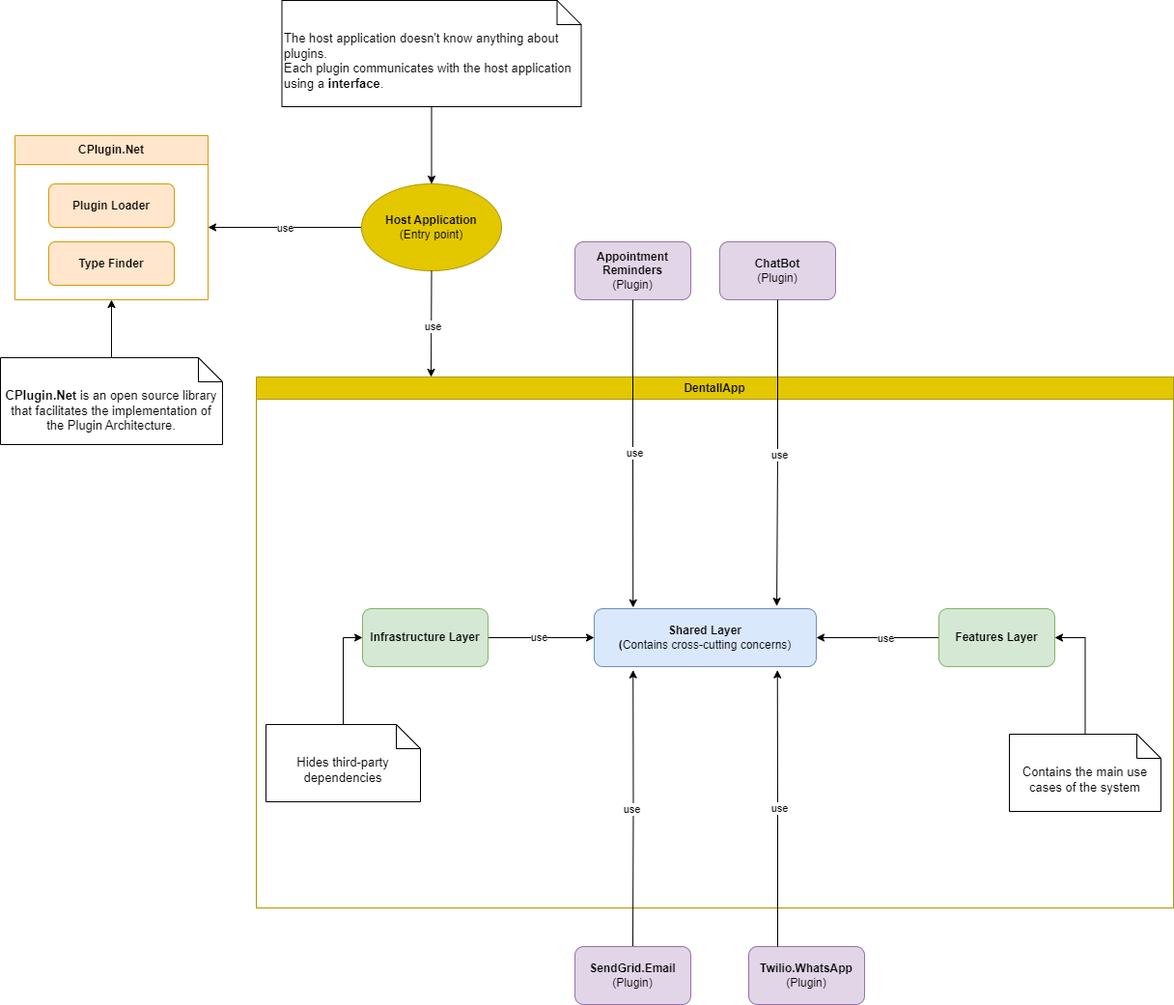
This is diagrams/general-architecture.png from DentallApp/back-end, a draw.io export, as it was before one commit. Source tidied: cells renumbered, new cells last; positions are measured from the earlier drawing's top-left corner, leaving out a move shared by most shapes.
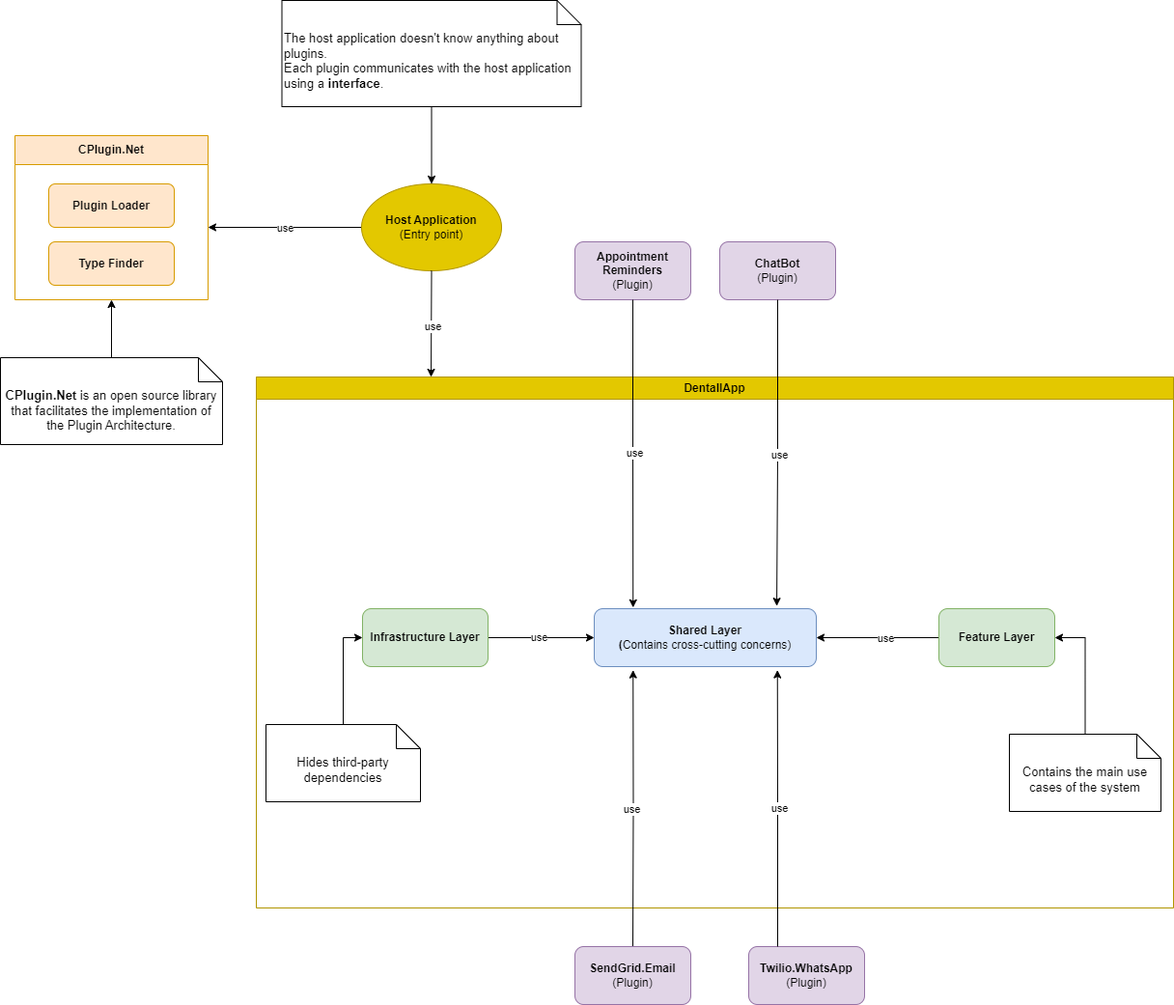
Above is the later version.

What changed in the source:
```diff
@@ -20,7 +20,7 @@
     <mxCell id="7" value="use" style="edgeLabel;html=1;align=center;verticalAlign=middle;" parent="6" vertex="1">
       <mxGeometry x="-0.11" relative="1" as="geometry" />
     </mxCell>
-    <mxCell id="8" value="&lt;b&gt;Features Layer&lt;/b&gt;" style="rounded=1;whiteSpace=wrap;html=1;fillColor=#d5e8d4;strokeColor=#82b366;" parent="2" vertex="1">
+    <mxCell id="8" value="&lt;b&gt;Feature Layer&lt;/b&gt;" style="rounded=1;whiteSpace=wrap;html=1;fillColor=#d5e8d4;strokeColor=#82b366;" parent="2" vertex="1">
       <mxGeometry x="707" y="240" width="120" height="60" as="geometry" />
     </mxCell>
     <mxCell id="9" style="edgeStyle=orthogonalEdgeStyle;rounded=0;jettySize=auto;html=1;entryX=1;entryY=0.5;entryDx=0;entryDy=0;" parent="2" edge="1" source="10" target="8">
```
